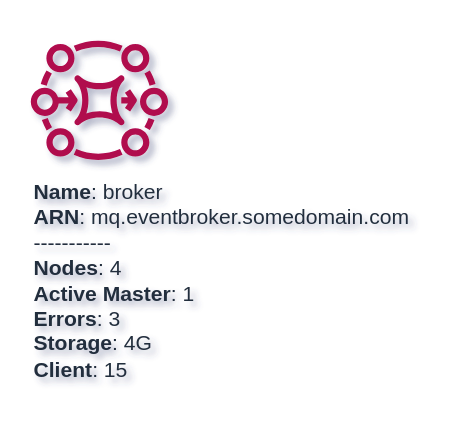
The draw.io diagram docs/docs/onprem-components/output/drawio/mq_broker.drawio in tsypuk/multicloud-diagrams, before the edit. Source tidied: cells renumbered, new cells numbered last; positions are measured from the earlier drawing's top-left corner, leaving out a move shared by most shapes. Both pictures are drawn from the tidied source at 176%, with x=0, y=0 at pixel (30, 30).
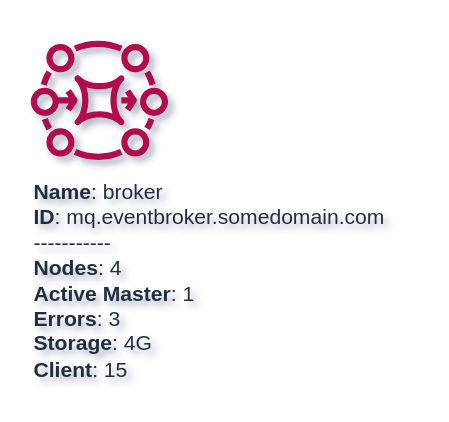
The same page after the edit.

What changed in the source:
```diff
@@
 <mxGraphModel shadow="1">
   <root>
     <mxCell id="0" />
     <mxCell id="1" parent="0" />
-    <mxCell id="2" value="&lt;b&gt;Name&lt;/b&gt;: broker&lt;BR&gt;&lt;b&gt;ARN&lt;/b&gt;: mq.eventbroker.somedomain.com&lt;BR&gt;-----------&lt;BR&gt;&lt;b&gt;Nodes&lt;/b&gt;: 4&lt;BR&gt;&lt;b&gt;Active Master&lt;/b&gt;: 1&lt;BR&gt;&lt;b&gt;Errors&lt;/b&gt;: 3&lt;BR&gt;&lt;b&gt;Storage&lt;/b&gt;: 4G&lt;BR&gt;&lt;b&gt;Client&lt;/b&gt;: 15" style="sketch=0;fontColor=#232F3E;gradientColor=none;fillColor=#B0084D;strokeColor=none;dashed=0;verticalLabelPosition=bottom;verticalAlign=top;align=left;html=1;fontSize=12;fontStyle=0;shape=mxgraph.aws4.mq_broker;" parent="1" vertex="1">
+    <mxCell id="2" value="&lt;b&gt;Name&lt;/b&gt;: broker&lt;BR&gt;&lt;b&gt;ID&lt;/b&gt;: mq.eventbroker.somedomain.com&lt;BR&gt;-----------&lt;BR&gt;&lt;b&gt;Nodes&lt;/b&gt;: 4&lt;BR&gt;&lt;b&gt;Active Master&lt;/b&gt;: 1&lt;BR&gt;&lt;b&gt;Errors&lt;/b&gt;: 3&lt;BR&gt;&lt;b&gt;Storage&lt;/b&gt;: 4G&lt;BR&gt;&lt;b&gt;Client&lt;/b&gt;: 15" style="sketch=0;fontColor=#232F3E;gradientColor=none;fillColor=#B0084D;strokeColor=none;dashed=0;verticalLabelPosition=bottom;verticalAlign=top;align=left;html=1;fontSize=12;fontStyle=0;shape=mxgraph.aws4.mq_broker;" parent="1" vertex="1">
       <mxGeometry width="78" height="78" as="geometry" />
     </mxCell>
   </root>
 </mxGraphModel>
```
